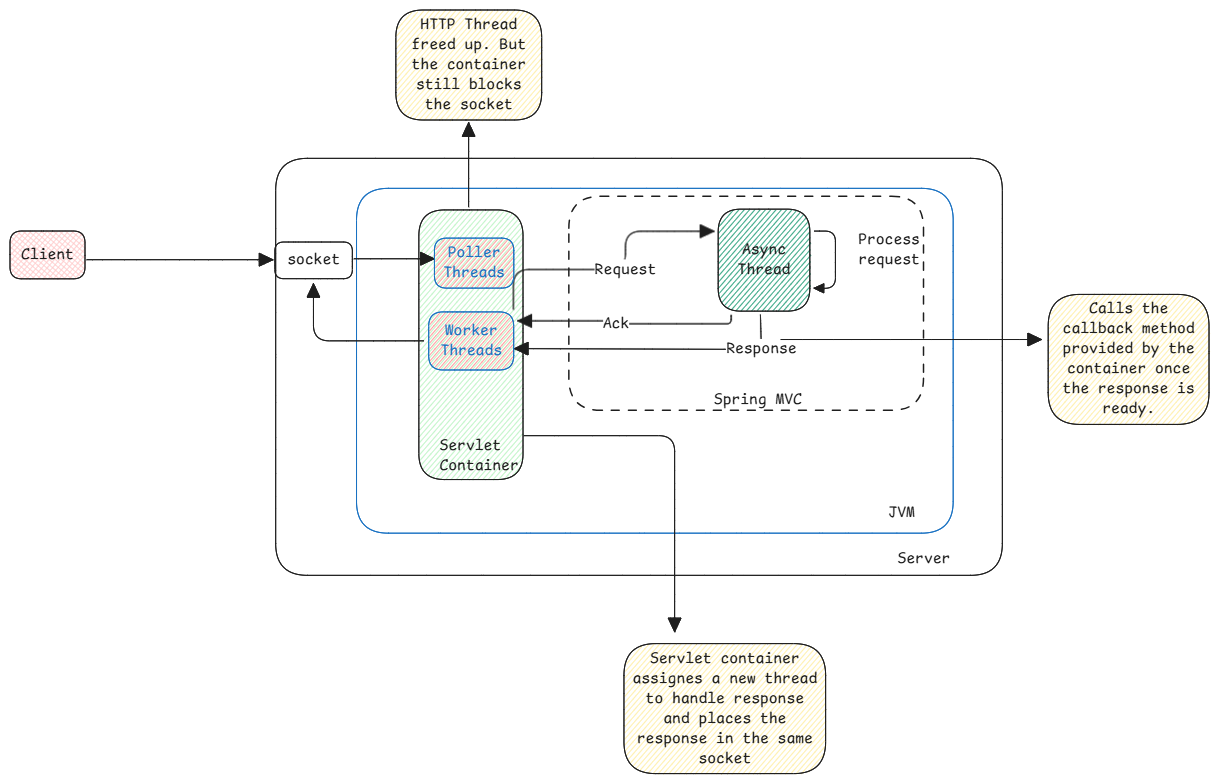
swaroopar/inprogress-engineer keeps this Excalidraw diagram as static/img/async-http-servlets.excalidraw.png. Above is the earlier version. Source tidied: one line per element, renumbered; positions are measured from the earlier drawing's top-left corner, leaving out a move shared by most shapes.
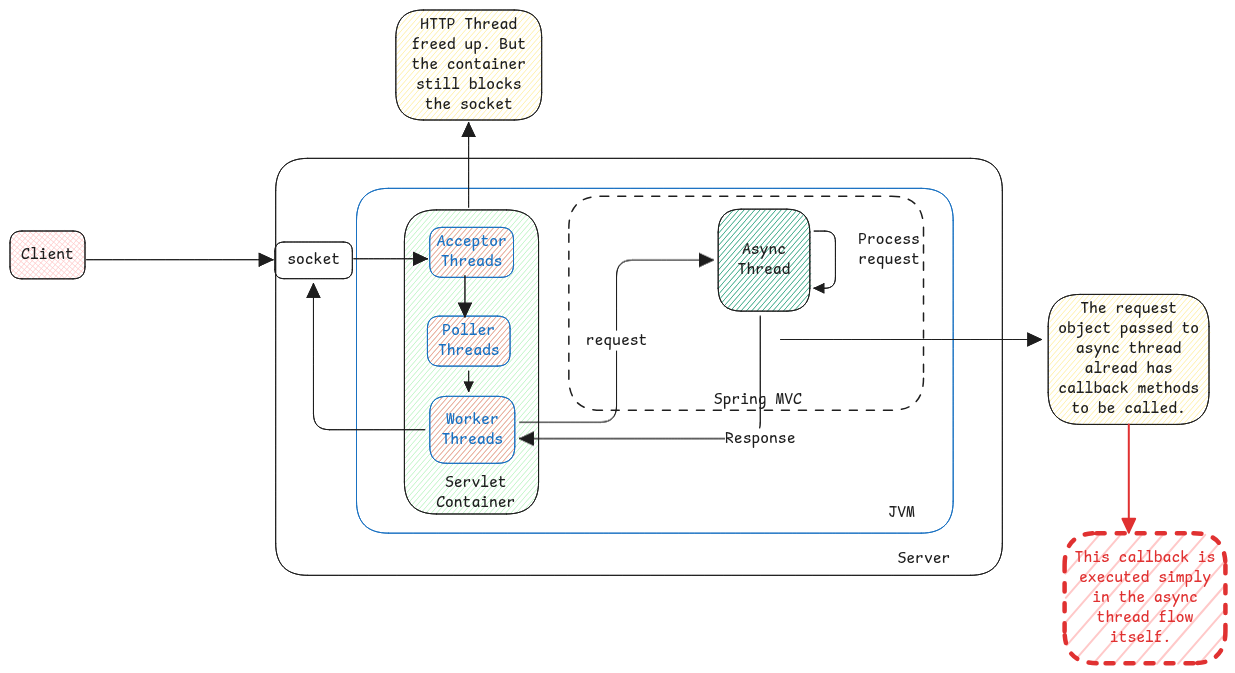
Later version of the same file.

Diff of the diagram source:
```diff
@@ -1,11 +1,9 @@
 {"id": 0, "type": "rectangle", "strokeColor": "#1e1e1e", "backgroundColor": "#ffc9c9", "fillStyle": "cross-hatch", "strokeWidth": 1, "roughness": 0, "round": true, "x": 0, "y": 221, "width": 75, "height": 48}
 {"id": 1, "type": "text", "text": "Client", "strokeColor": "#1e1e1e", "strokeWidth": 2, "roughness": 1, "fontSize": 16, "fontFamily": 8, "textAlign": "center", "verticalAlign": "middle", "inside": 0, "x": 11, "y": 235, "width": 53, "height": 20}
-{"id": 2, "type": "rectangle", "strokeColor": "#1e1e1e", "backgroundColor": "#b2f2bb", "fillStyle": "hachure", "strokeWidth": 1, "roughness": 0, "round": true, "x": 409, "y": 200, "width": 104, "height": 270}
+{"id": 2, "type": "rectangle", "strokeColor": "#1e1e1e", "backgroundColor": "#b2f2bb", "fillStyle": "hachure", "strokeWidth": 1, "roughness": 0, "round": true, "x": 394, "y": 200, "width": 134, "height": 304}
-{"id": 3, "type": "text", "text": "Servlet\nContainer", "strokeColor": "#1e1e1e", "strokeWidth": 1, "roughness": 0, "fontSize": 16, "fontFamily": 8, "x": 430, "y": 426, "width": 79, "height": 40}
+{"id": 3, "type": "text", "text": "Servlet\nContainer", "strokeColor": "#1e1e1e", "strokeWidth": 1, "roughness": 0, "fontSize": 16, "fontFamily": 8, "textAlign": "center", "x": 426, "y": 463, "width": 79, "height": 40}
 {"id": 4, "type": "rectangle", "strokeColor": "#1e1e1e", "backgroundColor": "#099268", "fillStyle": "hachure", "strokeWidth": 1, "roughness": 0, "round": true, "x": 708, "y": 199, "width": 92, "height": 102}
 {"id": 5, "type": "text", "text": "Async\nThread", "strokeColor": "#1e1e1e", "strokeWidth": 2, "roughness": 1, "fontSize": 16, "fontFamily": 8, "textAlign": "center", "verticalAlign": "middle", "inside": 4, "x": 728, "y": 230, "width": 53, "height": 40}
-{"id": 6, "type": "arrow", "strokeColor": "#1e1e1e", "strokeWidth": 1, "roughness": 0, "endArrowhead": "triangle", "from": 33, "to": 4, "x": 503, "y": 300, "width": 201, "height": 78, "points": [[0, 0], [0, -40], [112, -40], [112, -78], [201, -78]]}
-{"id": 7, "type": "text", "text": "Request", "strokeColor": "#1e1e1e", "strokeWidth": 2, "roughness": 1, "fontSize": 16, "fontFamily": 8, "textAlign": "center", "verticalAlign": "middle", "inside": 6, "x": 569, "y": 226, "width": 62, "height": 20}
 {"id": 8, "type": "rectangle", "strokeColor": "#1971c2", "strokeWidth": 1, "roughness": 0, "round": true, "x": 347, "y": 178, "width": 597, "height": 345}
 {"id": 9, "type": "text", "text": "JVM", "strokeColor": "#1e1e1e", "strokeWidth": 1, "roughness": 0, "fontSize": 16, "fontFamily": 8, "x": 879, "y": 493, "width": 26, "height": 20}
 {"id": 10, "type": "rectangle", "strokeColor": "#1e1e1e", "strokeWidth": 1, "roughness": 0, "round": true, "x": 266, "y": 148, "width": 727, "height": 417}
@@ -15,24 +13,28 @@
 {"id": 14, "type": "arrow", "strokeColor": "#1e1e1e", "strokeWidth": 1, "roughness": 0, "endArrowhead": "triangle", "round": true, "from": 0, "x": 77, "y": 250, "width": 186, "height": 0, "points": [[0, 0], [186, 0]]}
 {"id": 15, "type": "arrow", "strokeColor": "#1e1e1e", "strokeWidth": 1, "roughness": 0, "endArrowhead": "triangle", "from": 4, "to": 4, "x": 804, "y": 221, "width": 21, "height": 57, "points": [[0, 0], [21, 0], [21, 57], [0, 57]]}
 {"id": 16, "type": "text", "text": "Process\nrequest", "strokeColor": "#1e1e1e", "strokeWidth": 1, "roughness": 0, "fontSize": 16, "fontFamily": 8, "x": 848, "y": 220, "width": 62, "height": 40}
-{"id": 17, "type": "arrow", "strokeColor": "#1e1e1e", "strokeWidth": 1, "roughness": 0, "endArrowhead": "triangle", "from": 4, "to": 33, "x": 750, "y": 305, "width": 247, "height": 35, "points": [[0, 0], [1, 35], [-246, 34]]}
+{"id": 17, "type": "arrow", "strokeColor": "#1e1e1e", "strokeWidth": 1, "roughness": 0, "endArrowhead": "triangle", "from": 4, "to": 33, "x": 750, "y": 306, "width": 241, "height": 123, "points": [[0, 0], [0, 123], [-241, 123]]}
 {"id": 18, "type": "text", "text": "Response", "strokeColor": "#1e1e1e", "strokeWidth": 2, "roughness": 1, "fontSize": 16, "fontFamily": 8, "textAlign": "center", "verticalAlign": "middle", "inside": 17, "x": 716, "y": 329, "width": 70, "height": 20}
-{"id": 19, "type": "arrow", "strokeColor": "#1e1e1e", "strokeWidth": 1, "roughness": 0, "endArrowhead": "triangle", "from": 4, "to": 33, "x": 721, "y": 305, "width": 213, "height": 9, "points": [[0, 0], [0, 9], [-115, 9], [-115, 6], [-213, 6]]}
-{"id": 20, "type": "text", "text": "Ack", "strokeColor": "#1e1e1e", "strokeWidth": 1, "roughness": 1, "fontSize": 16, "fontFamily": 8, "textAlign": "center", "verticalAlign": "middle", "inside": 19, "x": 661, "y": 304, "width": 26, "height": 20}
-{"id": 21, "type": "arrow", "strokeColor": "#1e1e1e", "strokeWidth": 1, "roughness": 0, "endArrowhead": "triangle", "round": true, "to": 31, "x": 344, "y": 249, "width": 80, "height": 0, "points": [[0, 0], [80, 0]]}
+{"id": 21, "type": "arrow", "strokeColor": "#1e1e1e", "strokeWidth": 1, "roughness": 0, "endArrowhead": "triangle", "round": true, "from": 12, "x": 344, "y": 249, "width": 73, "height": 0, "points": [[0, 0], [73, 0]]}
 {"id": 22, "type": "arrow", "strokeColor": "#1e1e1e", "strokeWidth": 1, "roughness": 0, "endArrowhead": "triangle", "round": true, "from": 8, "x": 459, "y": 197, "width": 0, "height": 84, "points": [[0, 0], [0, -84]]}
 {"id": 23, "type": "rectangle", "strokeColor": "#1e1e1e", "backgroundColor": "#ffec99", "fillStyle": "hachure", "strokeWidth": 1, "roughness": 0, "round": true, "x": 386, "y": 0, "width": 146, "height": 110}
 {"id": 24, "type": "text", "text": "HTTP Thread\nfreed up. But\nthe container\nstill blocks\nthe socket", "strokeColor": "#1e1e1e", "strokeWidth": 1, "roughness": 1, "fontSize": 16, "fontFamily": 8, "textAlign": "center", "verticalAlign": "middle", "inside": 23, "x": 402, "y": 5, "width": 114, "height": 100}
 {"id": 25, "type": "arrow", "strokeColor": "#1e1e1e", "strokeWidth": 1, "roughness": 0, "endArrowhead": "triangle", "round": true, "x": 771, "y": 330, "width": 261, "height": 0, "points": [[0, 0], [261, 0]]}
 {"id": 26, "type": "rectangle", "strokeColor": "#1e1e1e", "backgroundColor": "#ffec99", "fillStyle": "hachure", "strokeWidth": 1, "roughness": 0, "round": true, "x": 1038, "y": 284, "width": 161, "height": 130}
-{"id": 27, "type": "text", "text": "Calls the\ncallback method\nprovided by the\ncontainer once\nthe response is\nready.", "strokeColor": "#1e1e1e", "strokeWidth": 1, "roughness": 1, "fontSize": 16, "fontFamily": 8, "textAlign": "center", "verticalAlign": "middle", "inside": 26, "x": 1053, "y": 289, "width": 132, "height": 120}
+{"id": 27, "type": "text", "text": "The request\nobject passed to\nasync thread\nalread has\ncallback methods\nto be called.", "strokeColor": "#1e1e1e", "strokeWidth": 1, "roughness": 1, "fontSize": 16, "fontFamily": 8, "textAlign": "center", "verticalAlign": "middle", "inside": 26, "x": 1048, "y": 289, "width": 141, "height": 120}
-{"id": 28, "type": "arrow", "strokeColor": "#1e1e1e", "strokeWidth": 1, "roughness": 0, "endArrowhead": "triangle", "from": 3, "to": 29, "x": 514, "y": 426, "width": 151, "height": 196, "points": [[0, 0], [151, 0], [151, 196]]}
-{"id": 29, "type": "rectangle", "strokeColor": "#1e1e1e", "backgroundColor": "#ffec99", "fillStyle": "hachure", "strokeWidth": 1, "roughness": 0, "round": true, "x": 614, "y": 634, "width": 202, "height": 130}
-{"id": 30, "type": "text", "text": "Servlet container\nassignes a new thread\nto handle response\nand places the\nresponse in the same\nsocket", "strokeColor": "#1e1e1e", "strokeWidth": 1, "roughness": 0, "fontSize": 16, "fontFamily": 8, "textAlign": "center", "verticalAlign": "middle", "inside": 29, "x": 622, "y": 639, "width": 185, "height": 120}
-{"id": 31, "type": "rectangle", "strokeColor": "#1971c2", "backgroundColor": "#ff8787", "fillStyle": "hachure", "strokeWidth": 1, "roughness": 0, "round": true, "x": 424, "y": 228, "width": 79, "height": 50}
+{"id": 31, "type": "rectangle", "strokeColor": "#1971c2", "backgroundColor": "#ff8787", "fillStyle": "hachure", "strokeWidth": 1, "roughness": 0, "round": true, "x": 417, "y": 306, "width": 83, "height": 50}
-{"id": 32, "type": "text", "text": "Poller\nThreads", "strokeColor": "#1971c2", "backgroundColor": "#ff8787", "fillStyle": "hachure", "strokeWidth": 1, "roughness": 0, "fontSize": 16, "fontFamily": 8, "textAlign": "center", "verticalAlign": "middle", "inside": 31, "x": 433, "y": 233, "width": 62, "height": 40}
+{"id": 32, "type": "text", "text": "Poller\nThreads", "strokeColor": "#1971c2", "backgroundColor": "#ff8787", "fillStyle": "hachure", "strokeWidth": 1, "roughness": 0, "fontSize": 16, "fontFamily": 8, "textAlign": "center", "verticalAlign": "middle", "inside": 31, "x": 428, "y": 311, "width": 62, "height": 40}
-{"id": 33, "type": "rectangle", "strokeColor": "#1971c2", "backgroundColor": "#ff8787", "fillStyle": "hachure", "strokeWidth": 1, "roughness": 0, "round": true, "x": 419, "y": 302, "width": 85, "height": 58}
+{"id": 33, "type": "rectangle", "strokeColor": "#1971c2", "backgroundColor": "#ff8787", "fillStyle": "hachure", "strokeWidth": 1, "roughness": 0, "round": true, "x": 420, "y": 386, "width": 85, "height": 67}
-{"id": 34, "type": "text", "text": "Worker\nThreads", "strokeColor": "#1971c2", "backgroundColor": "#ff8787", "fillStyle": "hachure", "strokeWidth": 1, "roughness": 0, "fontSize": 16, "fontFamily": 8, "textAlign": "center", "verticalAlign": "middle", "inside": 33, "x": 430, "y": 311, "width": 62, "height": 40}
+{"id": 34, "type": "text", "text": "Worker\nThreads", "strokeColor": "#1971c2", "backgroundColor": "#ff8787", "fillStyle": "hachure", "strokeWidth": 1, "roughness": 0, "fontSize": 16, "fontFamily": 8, "textAlign": "center", "verticalAlign": "middle", "inside": 33, "x": 431, "y": 400, "width": 62, "height": 40}
 {"id": 35, "type": "rectangle", "strokeColor": "#1e1e1e", "strokeWidth": 1, "strokeStyle": "dashed", "roughness": 0, "round": true, "x": 559, "y": 186, "width": 355, "height": 214}
 {"id": 36, "type": "text", "text": "Spring MVC", "strokeColor": "#1e1e1e", "strokeWidth": 1, "strokeStyle": "dashed", "roughness": 0, "fontSize": 16, "fontFamily": 8, "x": 704, "y": 380, "width": 88, "height": 20}
-{"id": 37, "type": "arrow", "strokeColor": "#1e1e1e", "strokeWidth": 1, "roughness": 0, "endArrowhead": "triangle", "from": 33, "to": 12, "x": 414, "y": 331, "width": 110, "height": 57, "points": [[0, 0], [-110, 0], [-110, -57]]}
+{"id": 37, "type": "arrow", "strokeColor": "#1e1e1e", "strokeWidth": 1, "roughness": 0, "endArrowhead": "triangle", "from": 33, "to": 12, "x": 415, "y": 420, "width": 111, "height": 146, "points": [[0, 0], [-111, 0], [-111, -146]]}
+{"id": 38, "type": "rectangle", "strokeColor": "#e03131", "backgroundColor": "#ffc9c9", "fillStyle": "hachure", "strokeWidth": 4, "strokeStyle": "dashed", "roughness": 0, "round": true, "x": 1055, "y": 523, "width": 161, "height": 130}
+{"id": 39, "type": "text", "text": "This callback is\nexecuted simply\nin the async\nthread flow\nitself. ", "strokeColor": "#e03131", "strokeWidth": 1, "roughness": 1, "fontSize": 16, "fontFamily": 8, "textAlign": "center", "verticalAlign": "middle", "inside": 38, "x": 1065, "y": 538, "width": 141, "height": 100}
+{"id": 40, "type": "arrow", "strokeColor": "#e03131", "backgroundColor": "#ffc9c9", "fillStyle": "solid", "strokeWidth": 2, "roughness": 0, "endArrowhead": "triangle", "round": true, "x": 1119, "y": 414, "width": 0, "height": 108, "points": [[0, 0], [0, 108]]}
+{"id": 41, "type": "arrow", "strokeColor": "#1e1e1e", "backgroundColor": "#ffc9c9", "fillStyle": "solid", "strokeWidth": 1, "roughness": 0, "endArrowhead": "triangle", "from": 33, "to": 4, "x": 510, "y": 412, "width": 193, "height": 162, "points": [[0, 0], [97, 0], [97, -162], [193, -162]]}
+{"id": 42, "type": "text", "text": "request", "strokeColor": "#1e1e1e", "backgroundColor": "#ffc9c9", "fillStyle": "solid", "strokeWidth": 1, "roughness": 0, "fontSize": 16, "fontFamily": 8, "textAlign": "center", "verticalAlign": "middle", "inside": 41, "x": 575, "y": 272, "width": 62, "height": 20}
+{"id": 43, "type": "rectangle", "strokeColor": "#1971c2", "backgroundColor": "#ff8787", "fillStyle": "hachure", "strokeWidth": 1, "roughness": 0, "round": true, "x": 420, "y": 217, "width": 84, "height": 50}
+{"id": 44, "type": "text", "text": "Acceptor\nThreads", "strokeColor": "#1971c2", "backgroundColor": "#ff8787", "fillStyle": "hachure", "strokeWidth": 1, "roughness": 0, "fontSize": 16, "fontFamily": 8, "textAlign": "center", "verticalAlign": "middle", "inside": 43, "x": 426, "y": 222, "width": 70, "height": 40}
+{"id": 45, "type": "arrow", "strokeColor": "#1e1e1e", "backgroundColor": "#ffc9c9", "fillStyle": "solid", "strokeWidth": 1, "roughness": 0, "endArrowhead": "triangle", "from": 31, "x": 459, "y": 361, "width": 0, "height": 20, "points": [[0, 0], [0, 20]]}
+{"id": 46, "type": "arrow", "strokeColor": "#1e1e1e", "backgroundColor": "#ffc9c9", "fillStyle": "solid", "strokeWidth": 1, "roughness": 0, "endArrowhead": "triangle", "x": 455, "y": 266, "width": 0, "height": 41, "points": [[0, 0], [0, 41]]}
```
